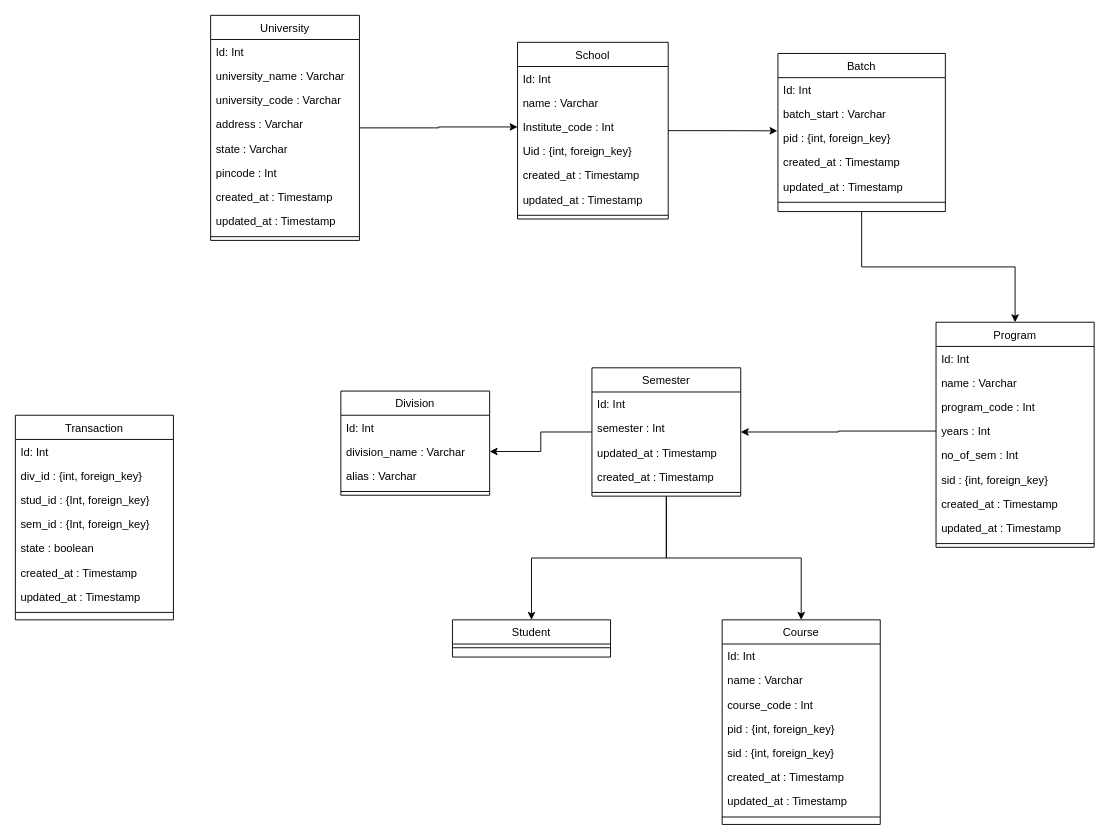
Above: Diagrams/class diagram 2.drawio in Piyush5527/erp-diagram (draw.io), before the change. Source tidied: cells renumbered, new cells numbered last; positions are measured from the earlier drawing's top-left corner, leaving out a move shared by most shapes. Both pictures are drawn from the tidied source at 93%, with x=0, y=0 at pixel (15, 15).
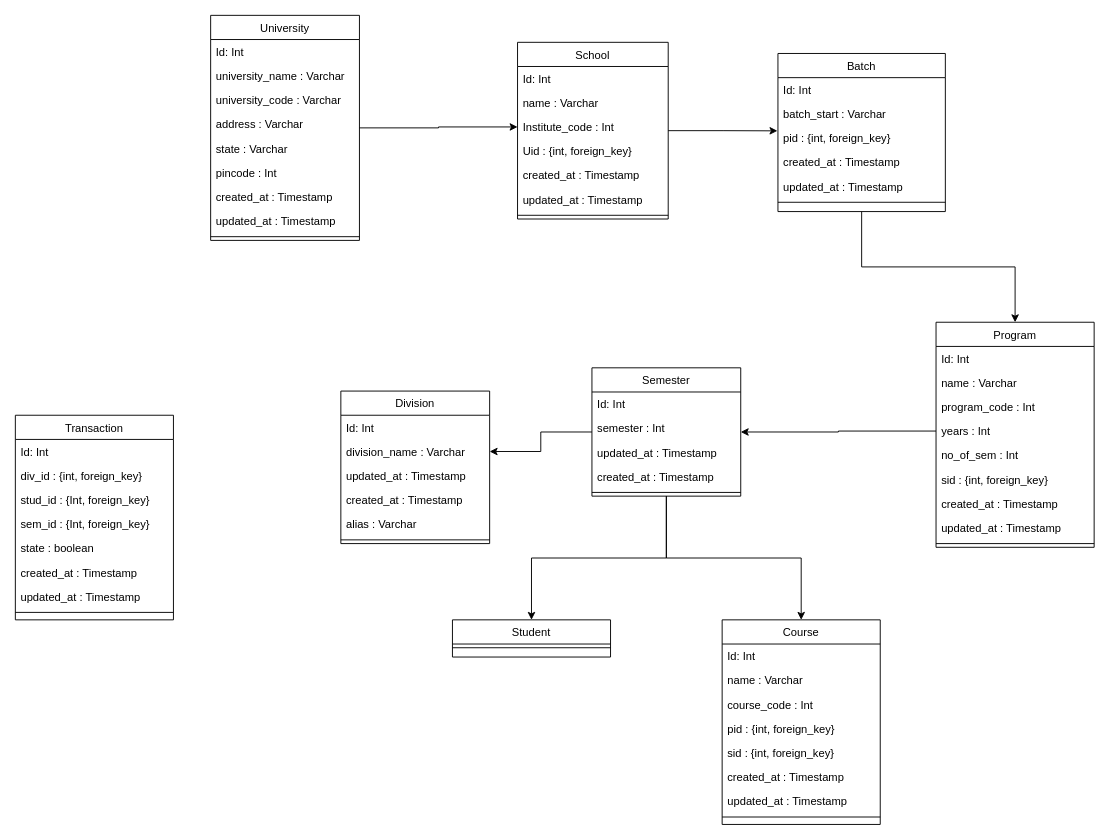
The same diagram, later.

Commit message:
transaction entity is not connected

Diff of the diagram source:
```diff
@@
     <mxCell id="49" value="Division" style="swimlane;fontStyle=0;align=center;verticalAlign=top;horizontal=1;startSize=26;rounded=0;shadow=0;strokeWidth=1;" parent="1" vertex="1">
-      <mxGeometry x="350" y="404" width="160" height="112" as="geometry" />
+      <mxGeometry x="350" y="404" width="160" height="164" as="geometry" />
     </mxCell>
@@
+    <mxCell id="75" value="updated_at : Timestamp" style="text;align=left;verticalAlign=top;spacingLeft=4;spacingRight=4;overflow=hidden;rounded=0;shadow=0;html=0;" parent="49" vertex="1">
+      <mxGeometry y="78" width="160" height="26" as="geometry" />
+    </mxCell>
+    <mxCell id="76" value="created_at : Timestamp" style="text;align=left;verticalAlign=top;spacingLeft=4;spacingRight=4;overflow=hidden;rounded=0;shadow=0;html=0;" parent="49" vertex="1">
+      <mxGeometry y="104" width="160" height="26" as="geometry" />
+    </mxCell>
     <mxCell id="52" value="alias : Varchar" style="text;align=left;verticalAlign=top;spacingLeft=4;spacingRight=4;overflow=hidden;rounded=0;shadow=0;html=0;" parent="49" vertex="1">
-      <mxGeometry y="78" width="160" height="26" as="geometry" />
+      <mxGeometry y="130" width="160" height="26" as="geometry" />
     </mxCell>
     <mxCell id="53" style="line;html=1;strokeWidth=1;align=left;verticalAlign=middle;spacingTop=-1;spacingLeft=3;spacingRight=3;labelPosition=right;" parent="49" vertex="1">
-      <mxGeometry y="104" width="160" height="8" as="geometry" />
+      <mxGeometry y="156" width="160" height="8" as="geometry" />
     </mxCell>
```
